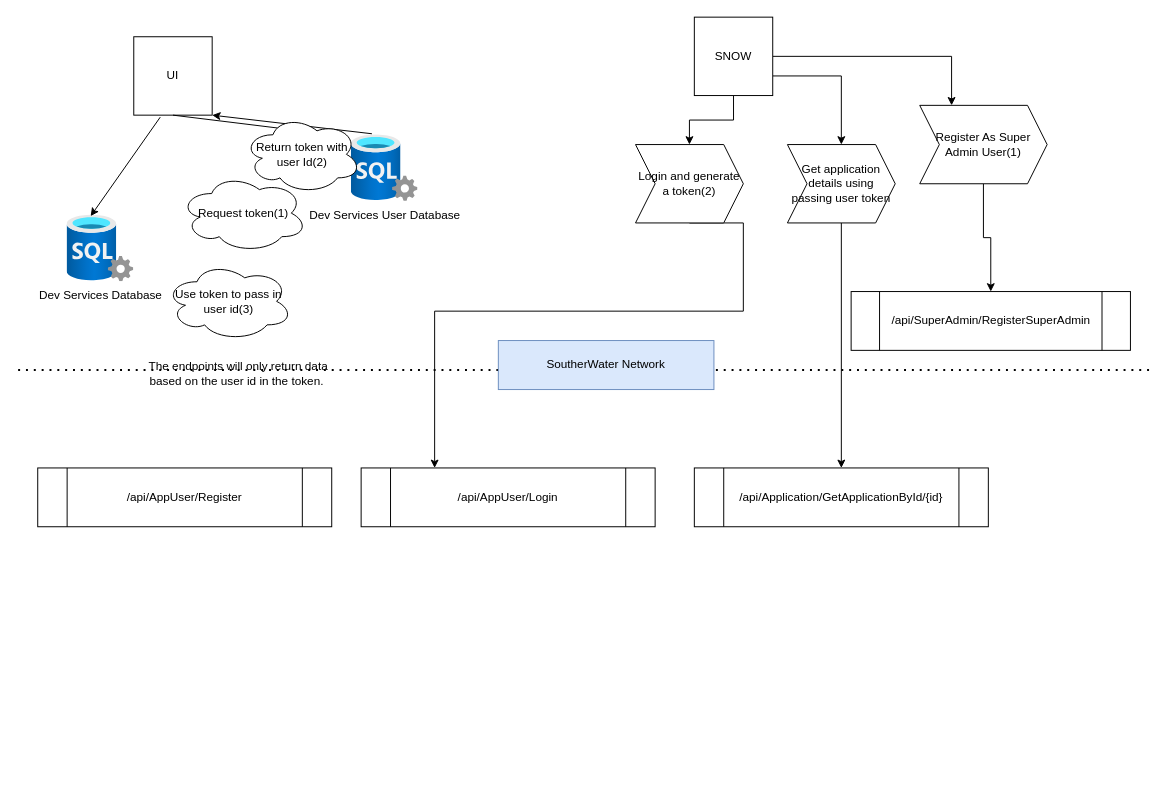
Above: DevServicesTokenMechanism.drawio in mattwatts36/drawings (draw.io), before the change. Source tidied: cells renumbered, new cells numbered last; positions are measured from the earlier drawing's top-left corner, leaving out a move shared by most shapes. Both pictures are drawn from the tidied source at 98%, with x=0, y=0 at pixel (18, 17).
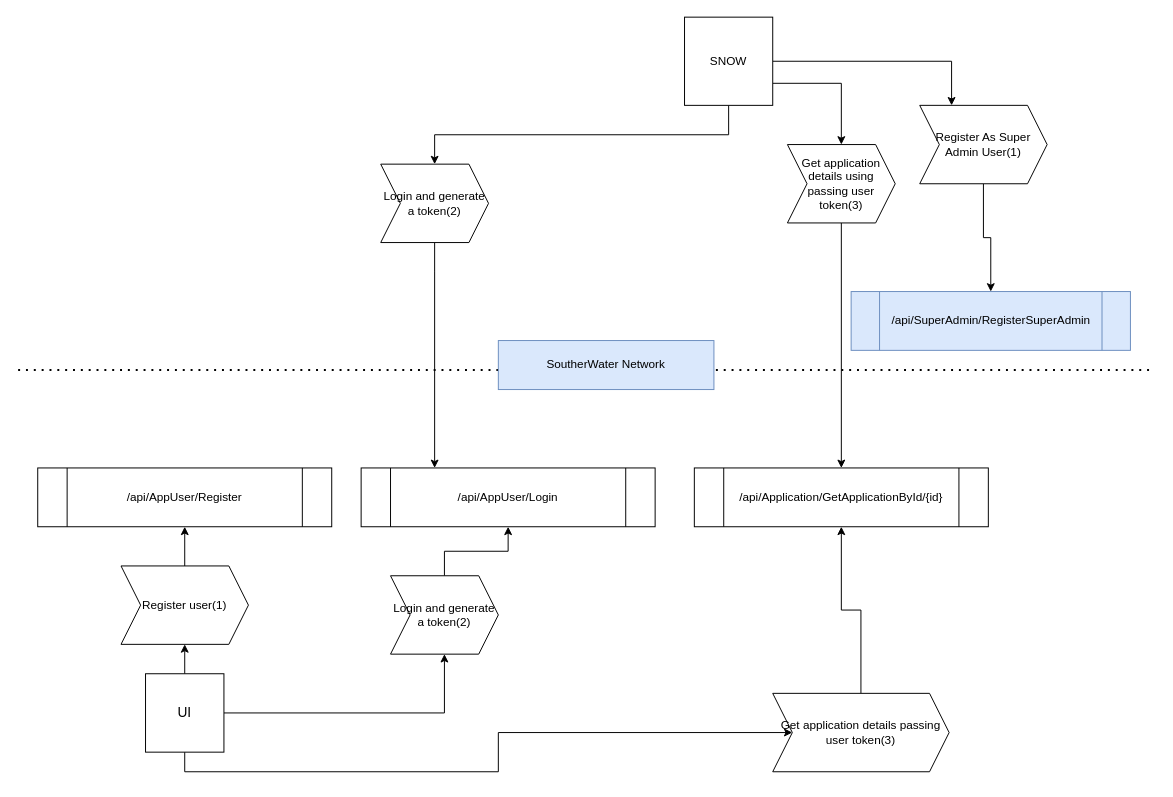
The same diagram, later.

Unchanged cells that the change refers to:
```xml
<mxCell id="17" value="/api/AppUser/Register" style="shape=process;whiteSpace=wrap;html=1;backgroundOutline=1;" parent="1" vertex="1">
  <mxGeometry x="20" y="460" width="300" height="60" as="geometry" />
</mxCell>
<mxCell id="20" value="/api/AppUser/Login" style="shape=process;whiteSpace=wrap;html=1;backgroundOutline=1;" parent="1" vertex="1">
  <mxGeometry x="350" y="460" width="300" height="60" as="geometry" />
</mxCell>
<mxCell id="23" value="/api/Application/GetApplicationById/{id}" style="shape=process;whiteSpace=wrap;html=1;backgroundOutline=1;" parent="1" vertex="1">
  <mxGeometry x="690" y="460" width="300" height="60" as="geometry" />
</mxCell>
```

What changed in the source:
```diff
@@
-    <mxCell id="2" value="Dev Services User Database" style="html=1;points=[];align=center;image;fontSize=12;image=img/lib/azure2/databases/SQL_Server.svg;" parent="1" vertex="1">
-      <mxGeometry x="340" y="120" width="68" height="68" as="geometry" />
-    </mxCell>
+    <mxCell id="28" style="edgeStyle=orthogonalEdgeStyle;rounded=0;jettySize=auto;html=1;exitX=0.5;exitY=0;exitDx=0;exitDy=0;entryX=0.5;entryY=1;entryDx=0;entryDy=0;" parent="1" edge="1" source="3" target="32">
+      <mxGeometry relative="1" as="geometry" />
+    </mxCell>
+    <mxCell id="29" style="edgeStyle=orthogonalEdgeStyle;rounded=0;jettySize=auto;html=1;exitX=1;exitY=0.5;exitDx=0;exitDy=0;entryX=0.5;entryY=1;entryDx=0;entryDy=0;" parent="1" edge="1" source="3" target="34">
+      <mxGeometry relative="1" as="geometry" />
+    </mxCell>
+    <mxCell id="30" style="edgeStyle=orthogonalEdgeStyle;rounded=0;jettySize=auto;html=1;exitX=0.5;exitY=1;exitDx=0;exitDy=0;" parent="1" edge="1" source="3" target="36">
+      <mxGeometry relative="1" as="geometry" />
+    </mxCell>
-    <mxCell id="3" value="UI" style="whiteSpace=wrap;html=1;" parent="1" vertex="1">
-      <mxGeometry x="118" y="20" width="80" height="80" as="geometry" />
+    <mxCell id="3" value="&lt;font style=&quot;font-size: 14px&quot;&gt;UI&lt;/font&gt;" style="whiteSpace=wrap;html=1;" parent="1" vertex="1">
+      <mxGeometry x="130" y="670" width="80" height="80" as="geometry" />
     </mxCell>
@@
     <mxCell id="7" value="SNOW" style="whiteSpace=wrap;html=1;" parent="1" vertex="1">
-      <mxGeometry x="690" width="80" height="80" as="geometry" />
+      <mxGeometry x="680" width="90" height="90" as="geometry" />
     </mxCell>
-    <mxCell id="8" value="Request token(1)" style="ellipse;shape=cloud;whiteSpace=wrap;html=1;" parent="1" vertex="1">
-      <mxGeometry x="165" y="160" width="130" height="80" as="geometry" />
-    </mxCell>
-    <mxCell id="9" style="endArrow=classic;html=1;entryX=-0.044;entryY=0.029;entryDx=0;entryDy=0;entryPerimeter=0;exitX=0.5;exitY=1;exitDx=0;exitDy=0;" parent="1" edge="1" source="3" target="2">
-      <mxGeometry relative="1" as="geometry" />
-    </mxCell>
-    <mxCell id="10" style="endArrow=classic;html=1;exitX=0.309;exitY=-0.015;exitDx=0;exitDy=0;exitPerimeter=0;entryX=1;entryY=1;entryDx=0;entryDy=0;" parent="1" edge="1" source="2" target="3">
-      <mxGeometry relative="1" as="geometry" />
-    </mxCell>
-    <mxCell id="11" value="Return token with user Id(2)" style="ellipse;shape=cloud;whiteSpace=wrap;html=1;" parent="1" vertex="1">
-      <mxGeometry x="230" y="100" width="120" height="80" as="geometry" />
-    </mxCell>
-    <mxCell id="12" value="Dev Services Database" style="html=1;points=[];align=center;image;fontSize=12;image=img/lib/azure2/databases/SQL_Server.svg;" parent="1" vertex="1">
-      <mxGeometry x="50" y="202" width="68" height="68" as="geometry" />
-    </mxCell>
-    <mxCell id="13" style="endArrow=classic;html=1;exitX=0.338;exitY=1.025;exitDx=0;exitDy=0;exitPerimeter=0;entryX=0.353;entryY=0.015;entryDx=0;entryDy=0;entryPerimeter=0;" parent="1" edge="1" source="3" target="12">
-      <mxGeometry relative="1" as="geometry" />
-    </mxCell>
-    <mxCell id="14" value="Use token to pass in user id(3)" style="ellipse;shape=cloud;whiteSpace=wrap;html=1;" parent="1" vertex="1">
-      <mxGeometry x="150" y="250" width="130" height="80" as="geometry" />
-    </mxCell>
-    <mxCell id="15" value="The endpoints will only return data based on the user id in the token.&amp;nbsp;" style="text;html=1;strokeColor=none;fillColor=none;align=center;verticalAlign=middle;whiteSpace=wrap;rounded=0;" parent="1" vertex="1">
-      <mxGeometry x="130" y="354" width="190" height="20" as="geometry" />
-    </mxCell>
-    <mxCell id="16" value="/api/SuperAdmin/RegisterSuperAdmin" style="shape=process;whiteSpace=wrap;html=1;backgroundOutline=1;" parent="1" vertex="1">
+    <mxCell id="16" value="/api/SuperAdmin/RegisterSuperAdmin" style="shape=process;whiteSpace=wrap;html=1;backgroundOutline=1;fillColor=#dae8fc;strokeColor=#6c8ebf;" parent="1" vertex="1">
       <mxGeometry x="850" y="280" width="285" height="60" as="geometry" />
     </mxCell>
@@
     <mxCell id="24" style="edgeStyle=orthogonalEdgeStyle;rounded=0;jettySize=auto;html=1;exitX=0.5;exitY=1;exitDx=0;exitDy=0;entryX=0.25;entryY=0;entryDx=0;entryDy=0;" parent="1" edge="1" source="25" target="20">
       <mxGeometry relative="1" as="geometry">
         <Array as="points">
-          <mxPoint x="740" y="300" />
-          <mxPoint x="425" y="300" />
+          <mxPoint x="425" y="260" />
+          <mxPoint x="425" y="260" />
         </Array>
       </mxGeometry>
     </mxCell>
     <mxCell id="25" value="Login and generate a token(2)" style="shape=step;perimeter=stepPerimeter;whiteSpace=wrap;html=1;fixedSize=1;" parent="1" vertex="1">
-      <mxGeometry x="630" y="130" width="110" height="80" as="geometry" />
+      <mxGeometry x="370" y="150" width="110" height="80" as="geometry" />
     </mxCell>
@@
-    <mxCell id="27" value="Get application details using passing user token" style="shape=step;perimeter=stepPerimeter;whiteSpace=wrap;html=1;fixedSize=1;" parent="1" vertex="1">
+    <mxCell id="27" value="Get application details using passing user token(3)" style="shape=step;perimeter=stepPerimeter;whiteSpace=wrap;html=1;fixedSize=1;" parent="1" vertex="1">
       <mxGeometry x="785" y="130" width="110" height="80" as="geometry" />
     </mxCell>
+    <mxCell id="31" style="edgeStyle=orthogonalEdgeStyle;rounded=0;jettySize=auto;html=1;exitX=0.5;exitY=0;exitDx=0;exitDy=0;entryX=0.5;entryY=1;entryDx=0;entryDy=0;" parent="1" edge="1" source="32" target="17">
+      <mxGeometry relative="1" as="geometry" />
+    </mxCell>
+    <mxCell id="32" value="Register user(1)" style="shape=step;perimeter=stepPerimeter;whiteSpace=wrap;html=1;fixedSize=1;" parent="1" vertex="1">
+      <mxGeometry x="105" y="560" width="130" height="80" as="geometry" />
+    </mxCell>
+    <mxCell id="33" style="edgeStyle=orthogonalEdgeStyle;rounded=0;jettySize=auto;html=1;" parent="1" edge="1" source="34" target="20">
+      <mxGeometry relative="1" as="geometry" />
+    </mxCell>
+    <mxCell id="34" value="Login and generate a token(2)" style="shape=step;perimeter=stepPerimeter;whiteSpace=wrap;html=1;fixedSize=1;" parent="1" vertex="1">
+      <mxGeometry x="380" y="570" width="110" height="80" as="geometry" />
+    </mxCell>
+    <mxCell id="35" style="edgeStyle=orthogonalEdgeStyle;rounded=0;jettySize=auto;html=1;exitX=0.5;exitY=0;exitDx=0;exitDy=0;" parent="1" edge="1" source="36" target="23">
+      <mxGeometry relative="1" as="geometry" />
+    </mxCell>
+    <mxCell id="36" value="Get application details passing user token(3)" style="shape=step;perimeter=stepPerimeter;whiteSpace=wrap;html=1;fixedSize=1;" parent="1" vertex="1">
+      <mxGeometry x="770" y="690" width="180" height="80" as="geometry" />
+    </mxCell>
```
